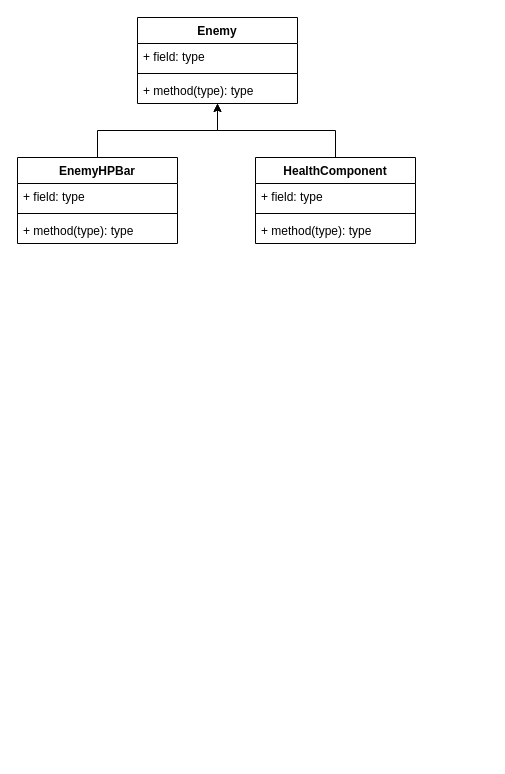
nevido2042/Soul keeps this draw.io diagram as SoulClass.drawio. Above is the earlier version. Source tidied: cells renumbered, new cells numbered last; positions are measured from the earlier drawing's top-left corner, leaving out a move shared by most shapes. Both pictures are drawn from the tidied source at 100%, with x=0, y=0 at pixel (17, 17).
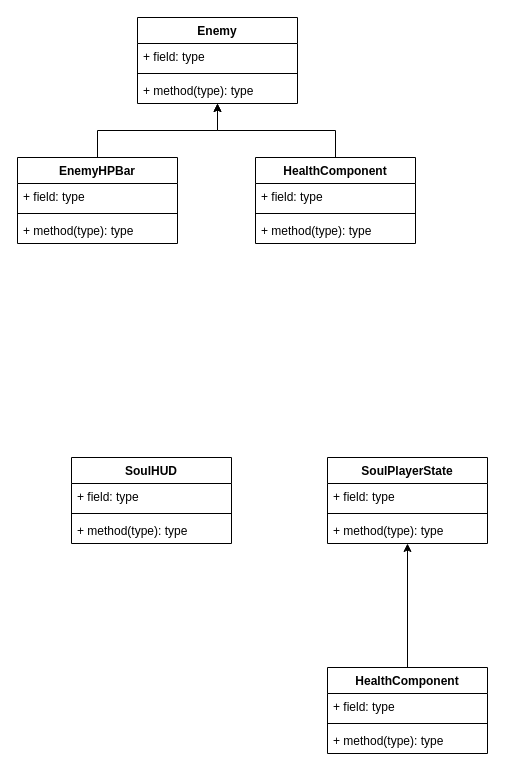
The same page after the edit.

Change to the diagram source:
```diff
@@
+    <mxCell id="16" value="SoulHUD" style="swimlane;fontStyle=1;align=center;verticalAlign=top;horizontal=1;startSize=26;whiteSpace=wrap;html=1;" parent="1" vertex="1">
+      <mxGeometry x="54" y="440" width="160" height="86" as="geometry" />
+    </mxCell>
+    <mxCell id="17" value="+ field: type" style="text;strokeColor=none;fillColor=none;align=left;verticalAlign=top;spacingLeft=4;spacingRight=4;overflow=hidden;whiteSpace=wrap;html=1;" parent="16" vertex="1">
+      <mxGeometry y="26" width="160" height="26" as="geometry" />
+    </mxCell>
+    <mxCell id="18" style="line;strokeWidth=1;fillColor=none;align=left;verticalAlign=middle;spacingTop=-1;spacingLeft=3;spacingRight=3;labelPosition=right;strokeColor=inherit;" parent="16" vertex="1">
+      <mxGeometry y="52" width="160" height="8" as="geometry" />
+    </mxCell>
+    <mxCell id="19" value="+ method(type): type" style="text;strokeColor=none;fillColor=none;align=left;verticalAlign=top;spacingLeft=4;spacingRight=4;overflow=hidden;whiteSpace=wrap;html=1;" parent="16" vertex="1">
+      <mxGeometry y="60" width="160" height="26" as="geometry" />
+    </mxCell>
+    <mxCell id="20" value="SoulPlayerState" style="swimlane;fontStyle=1;align=center;verticalAlign=top;horizontal=1;startSize=26;whiteSpace=wrap;html=1;" parent="1" vertex="1">
+      <mxGeometry x="310" y="440" width="160" height="86" as="geometry" />
+    </mxCell>
+    <mxCell id="21" value="+ field: type" style="text;strokeColor=none;fillColor=none;align=left;verticalAlign=top;spacingLeft=4;spacingRight=4;overflow=hidden;whiteSpace=wrap;html=1;" parent="20" vertex="1">
+      <mxGeometry y="26" width="160" height="26" as="geometry" />
+    </mxCell>
+    <mxCell id="22" style="line;strokeWidth=1;fillColor=none;align=left;verticalAlign=middle;spacingTop=-1;spacingLeft=3;spacingRight=3;labelPosition=right;strokeColor=inherit;" parent="20" vertex="1">
+      <mxGeometry y="52" width="160" height="8" as="geometry" />
+    </mxCell>
+    <mxCell id="23" value="+ method(type): type" style="text;strokeColor=none;fillColor=none;align=left;verticalAlign=top;spacingLeft=4;spacingRight=4;overflow=hidden;whiteSpace=wrap;html=1;" parent="20" vertex="1">
+      <mxGeometry y="60" width="160" height="26" as="geometry" />
+    </mxCell>
+    <mxCell id="24" style="edgeStyle=orthogonalEdgeStyle;rounded=0;jettySize=auto;html=1;" parent="1" edge="1" source="25" target="20">
+      <mxGeometry relative="1" as="geometry" />
+    </mxCell>
+    <mxCell id="25" value="HealthComponent" style="swimlane;fontStyle=1;align=center;verticalAlign=top;horizontal=1;startSize=26;whiteSpace=wrap;html=1;" parent="1" vertex="1">
+      <mxGeometry x="310" y="650" width="160" height="86" as="geometry" />
+    </mxCell>
+    <mxCell id="26" value="+ field: type" style="text;strokeColor=none;fillColor=none;align=left;verticalAlign=top;spacingLeft=4;spacingRight=4;overflow=hidden;whiteSpace=wrap;html=1;" parent="25" vertex="1">
+      <mxGeometry y="26" width="160" height="26" as="geometry" />
+    </mxCell>
+    <mxCell id="27" style="line;strokeWidth=1;fillColor=none;align=left;verticalAlign=middle;spacingTop=-1;spacingLeft=3;spacingRight=3;labelPosition=right;strokeColor=inherit;" parent="25" vertex="1">
+      <mxGeometry y="52" width="160" height="8" as="geometry" />
+    </mxCell>
+    <mxCell id="28" value="+ method(type): type" style="text;strokeColor=none;fillColor=none;align=left;verticalAlign=top;spacingLeft=4;spacingRight=4;overflow=hidden;whiteSpace=wrap;html=1;" parent="25" vertex="1">
+      <mxGeometry y="60" width="160" height="26" as="geometry" />
+    </mxCell>
```
